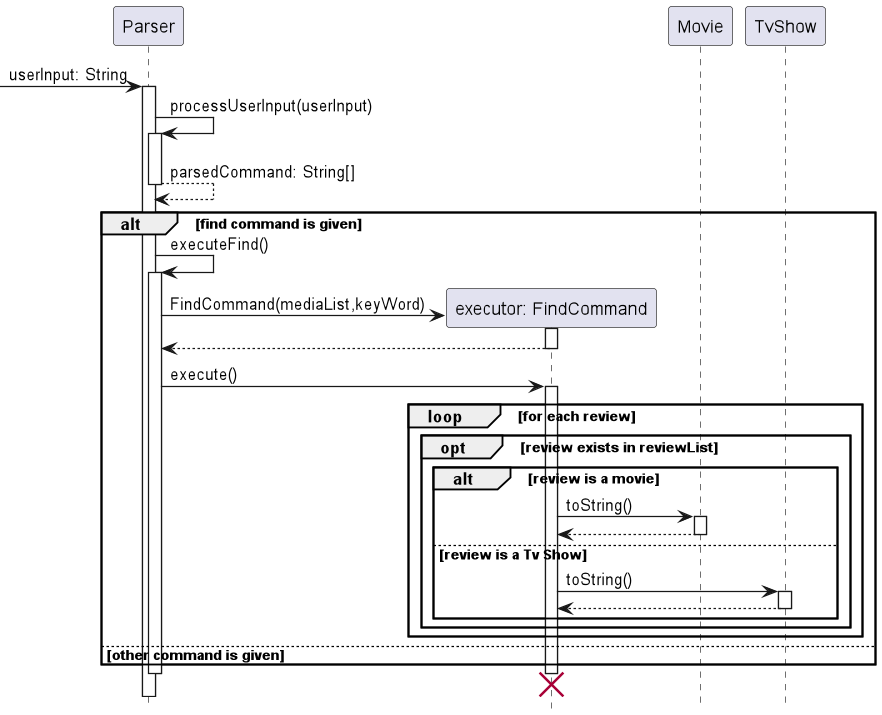
Before: docs/imgs/FindCommandSequence.png, a diagram exported from PlantUML (nus-cs2113-AY2223S1/tp). Its source is kept beside it as docs/UML Diagrams/findCommandSequence.puml.
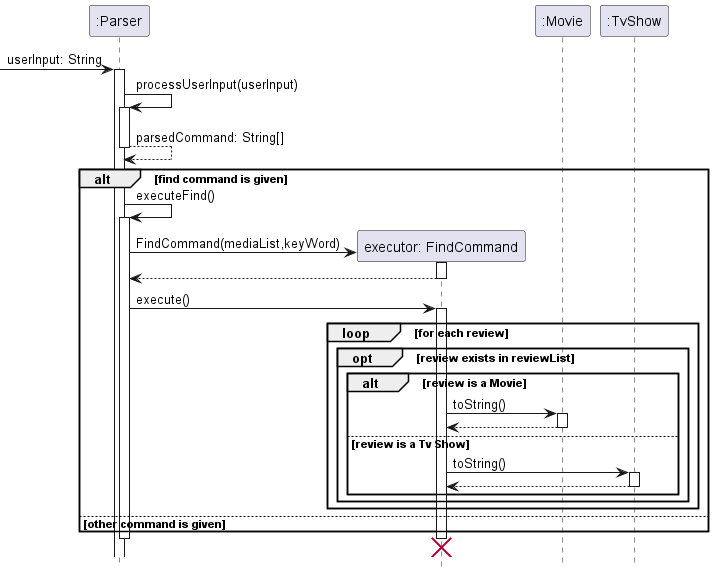
After the commit.

Diff of the diagram source:
```diff
@@ -2,41 +2,41 @@
 
 hide footbox
 
- -> Parser: userInput: String
-activate Parser
-Parser -> Parser: processUserInput(userInput)
-activate Parser
+ -> ":Parser": userInput: String
+activate ":Parser"
+":Parser" -> ":Parser": processUserInput(userInput)
+activate ":Parser"
 return parsedCommand: String[]
 
 alt find command is given
-    Parser -> Parser: executeFind()
-    activate Parser
+    ":Parser" -> ":Parser": executeFind()
+    activate ":Parser"
     create "executor: FindCommand"
-    Parser -> "executor: FindCommand": FindCommand(mediaList,keyWord)
+    ":Parser" -> "executor: FindCommand": FindCommand(mediaList,keyWord)
     activate "executor: FindCommand"
-    "executor: FindCommand" --> Parser:
+    "executor: FindCommand" --> ":Parser":
     deactivate "executor: FindCommand"
-    Parser -> "executor: FindCommand": execute()
+    ":Parser" -> "executor: FindCommand": execute()
     activate "executor: FindCommand"
 
     loop for each review
-        participant Movie
-        participant TvShow
+        participant ":Movie"
+        participant ":TvShow"
         opt review exists in reviewList
-            alt review is a movie
-                "executor: FindCommand" -> Movie: toString()
-                activate Movie
+            alt review is a Movie
+                "executor: FindCommand" -> ":Movie": toString()
+                activate ":Movie"
                 return
             else review is a Tv Show
-                "executor: FindCommand" -> TvShow: toString()
-                activate TvShow
+                "executor: FindCommand" -> ":TvShow": toString()
+                activate ":TvShow"
                 return
             end
         end
     end
 else other command is given
 end
-deactivate Parser
+deactivate ":Parser"
 destroy "executor: FindCommand"
 
 @enduml
```
